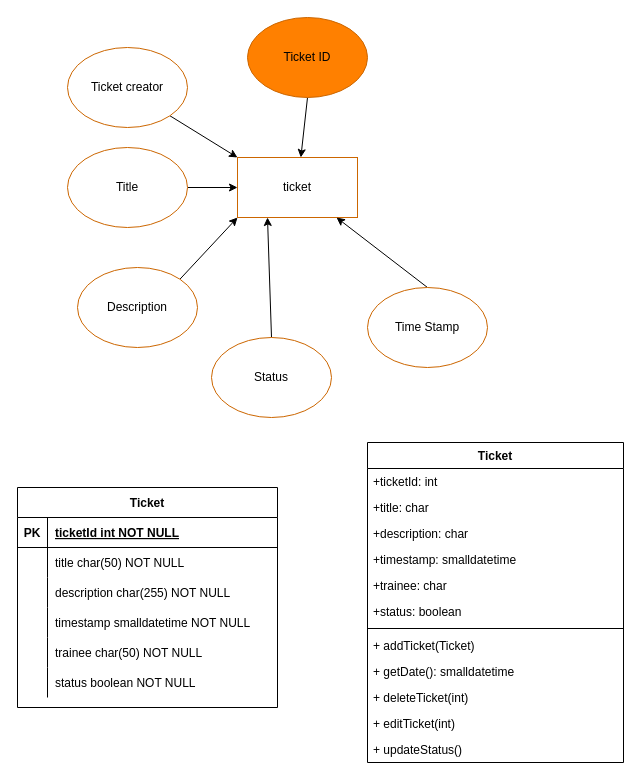
Before: page "ERR_MVP" (4 of 4) of Final_project.drawio in jake4327/Final_Project, a draw.io diagram. Source tidied: cells renumbered, new cells numbered last; positions are measured from the earlier drawing's top-left corner, leaving out a move shared by most shapes. Both pictures are drawn from the tidied source at 100%, with x=0, y=0 at pixel (17, 17).
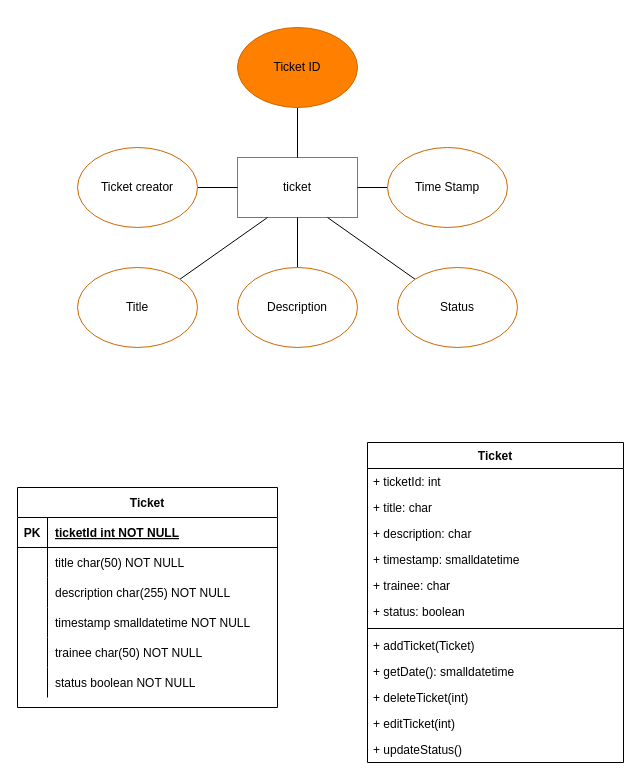
After the change.

Unchanged cells that the change refers to:
```xml
<mxCell id="2" value="ticket" style="rounded=0;whiteSpace=wrap;html=1;strokeColor=#CC6600;shadow=0;" parent="1" vertex="1">
  <mxGeometry x="220" y="140" width="120" height="60" as="geometry" />
</mxCell>
<mxCell id="34" value="Ticket" style="swimlane;fontStyle=1;align=center;verticalAlign=top;horizontal=1;startSize=26;" parent="1" vertex="1">
  <mxGeometry x="350" y="425" width="256" height="320" as="geometry" />
</mxCell>
```

What changed in the source:
```diff
@@
-    <mxCell id="3" style="edgeStyle=none;rounded=0;jettySize=auto;html=1;exitX=1;exitY=0.5;exitDx=0;exitDy=0;" parent="1" edge="1" source="4" target="2">
+    <mxCell id="3" style="edgeStyle=none;rounded=0;jettySize=auto;html=1;exitX=1;exitY=0;exitDx=0;exitDy=0;entryX=0.25;entryY=1;entryDx=0;entryDy=0;endArrow=none;endFill=0;" parent="1" edge="1" source="4" target="2">
       <mxGeometry relative="1" as="geometry" />
     </mxCell>
     <mxCell id="4" value="Title" style="ellipse;whiteSpace=wrap;html=1;shadow=0;strokeColor=#CC6600;" parent="1" vertex="1">
-      <mxGeometry x="50" y="130" width="120" height="80" as="geometry" />
+      <mxGeometry x="60" y="250" width="120" height="80" as="geometry" />
     </mxCell>
-    <mxCell id="5" style="edgeStyle=none;rounded=0;jettySize=auto;html=1;exitX=1;exitY=0;exitDx=0;exitDy=0;entryX=0;entryY=1;entryDx=0;entryDy=0;" parent="1" edge="1" source="6" target="2">
+    <mxCell id="5" style="edgeStyle=orthogonalEdgeStyle;rounded=0;jettySize=auto;html=1;entryX=0.5;entryY=1;entryDx=0;entryDy=0;endArrow=none;endFill=0;" parent="1" edge="1" source="6" target="2">
       <mxGeometry relative="1" as="geometry" />
     </mxCell>
     <mxCell id="6" value="Description" style="ellipse;whiteSpace=wrap;html=1;shadow=0;strokeColor=#CC6600;" parent="1" vertex="1">
-      <mxGeometry x="60" y="250" width="120" height="80" as="geometry" />
+      <mxGeometry x="220" y="250" width="120" height="80" as="geometry" />
     </mxCell>
-    <mxCell id="7" style="edgeStyle=none;rounded=0;jettySize=auto;html=1;exitX=0.5;exitY=0;exitDx=0;exitDy=0;" parent="1" edge="1" source="8" target="2">
+    <mxCell id="7" style="edgeStyle=none;rounded=0;jettySize=auto;html=1;exitX=0;exitY=0.5;exitDx=0;exitDy=0;endArrow=none;endFill=0;" parent="1" edge="1" source="8" target="2">
       <mxGeometry relative="1" as="geometry" />
     </mxCell>
     <mxCell id="8" value="Time Stamp" style="ellipse;whiteSpace=wrap;html=1;shadow=0;strokeColor=#CC6600;" parent="1" vertex="1">
-      <mxGeometry x="350" y="270" width="120" height="80" as="geometry" />
+      <mxGeometry x="370" y="130" width="120" height="80" as="geometry" />
     </mxCell>
-    <mxCell id="9" style="edgeStyle=none;rounded=0;jettySize=auto;html=1;exitX=0.5;exitY=1;exitDx=0;exitDy=0;" parent="1" edge="1" source="10" target="2">
+    <mxCell id="9" style="edgeStyle=none;rounded=0;jettySize=auto;html=1;exitX=0.5;exitY=1;exitDx=0;exitDy=0;endArrow=none;endFill=0;" parent="1" edge="1" source="10" target="2">
       <mxGeometry relative="1" as="geometry" />
     </mxCell>
     <mxCell id="10" value="Ticket ID" style="ellipse;whiteSpace=wrap;html=1;shadow=0;strokeColor=#CC6600;fillColor=#FF8000;" parent="1" vertex="1">
-      <mxGeometry x="230" width="120" height="80" as="geometry" />
+      <mxGeometry x="220" y="10" width="120" height="80" as="geometry" />
     </mxCell>
-    <mxCell id="11" style="edgeStyle=none;rounded=0;jettySize=auto;html=1;exitX=0.5;exitY=0;exitDx=0;exitDy=0;entryX=0.25;entryY=1;entryDx=0;entryDy=0;" parent="1" edge="1" source="12" target="2">
+    <mxCell id="11" style="rounded=0;jettySize=auto;html=1;exitX=0;exitY=0;exitDx=0;exitDy=0;entryX=0.75;entryY=1;entryDx=0;entryDy=0;endArrow=none;endFill=0;" parent="1" edge="1" source="12" target="2">
       <mxGeometry relative="1" as="geometry" />
     </mxCell>
     <mxCell id="12" value="Status" style="ellipse;whiteSpace=wrap;html=1;shadow=0;strokeColor=#CC6600;fillColor=#FFFFFF;" parent="1" vertex="1">
-      <mxGeometry x="194" y="320" width="120" height="80" as="geometry" />
+      <mxGeometry x="380" y="250" width="120" height="80" as="geometry" />
     </mxCell>
-    <mxCell id="13" style="edgeStyle=none;rounded=0;jettySize=auto;html=1;exitX=1;exitY=1;exitDx=0;exitDy=0;entryX=0;entryY=0;entryDx=0;entryDy=0;" parent="1" edge="1" source="14" target="2">
+    <mxCell id="13" style="edgeStyle=none;rounded=0;jettySize=auto;html=1;exitX=1;exitY=0.5;exitDx=0;exitDy=0;entryX=0;entryY=0.5;entryDx=0;entryDy=0;endArrow=none;endFill=0;" parent="1" edge="1" source="14" target="2">
       <mxGeometry relative="1" as="geometry" />
     </mxCell>
     <mxCell id="14" value="Ticket creator" style="ellipse;whiteSpace=wrap;html=1;shadow=0;strokeColor=#CC6600;fillColor=#FFFFFF;" parent="1" vertex="1">
-      <mxGeometry x="50" y="30" width="120" height="80" as="geometry" />
+      <mxGeometry x="60" y="130" width="120" height="80" as="geometry" />
     </mxCell>
@@
-    <mxCell id="35" value="+ticketId: int" style="text;strokeColor=none;fillColor=none;align=left;verticalAlign=top;spacingLeft=4;spacingRight=4;overflow=hidden;" parent="34" vertex="1">
+    <mxCell id="35" value="+ ticketId: int" style="text;strokeColor=none;fillColor=none;align=left;verticalAlign=top;spacingLeft=4;spacingRight=4;overflow=hidden;" parent="34" vertex="1">
       <mxGeometry y="26" width="256" height="26" as="geometry" />
     </mxCell>
-    <mxCell id="36" value="+title: char" style="text;strokeColor=none;fillColor=none;align=left;verticalAlign=top;spacingLeft=4;spacingRight=4;overflow=hidden;" parent="34" vertex="1">
+    <mxCell id="36" value="+ title: char" style="text;strokeColor=none;fillColor=none;align=left;verticalAlign=top;spacingLeft=4;spacingRight=4;overflow=hidden;" parent="34" vertex="1">
       <mxGeometry y="52" width="256" height="26" as="geometry" />
     </mxCell>
-    <mxCell id="37" value="+description: char" style="text;strokeColor=none;fillColor=none;align=left;verticalAlign=top;spacingLeft=4;spacingRight=4;overflow=hidden;" parent="34" vertex="1">
+    <mxCell id="37" value="+ description: char" style="text;strokeColor=none;fillColor=none;align=left;verticalAlign=top;spacingLeft=4;spacingRight=4;overflow=hidden;" parent="34" vertex="1">
       <mxGeometry y="78" width="256" height="26" as="geometry" />
     </mxCell>
-    <mxCell id="38" value="+timestamp: smalldatetime" style="text;strokeColor=none;fillColor=none;align=left;verticalAlign=top;spacingLeft=4;spacingRight=4;overflow=hidden;" parent="34" vertex="1">
+    <mxCell id="38" value="+ timestamp: smalldatetime" style="text;strokeColor=none;fillColor=none;align=left;verticalAlign=top;spacingLeft=4;spacingRight=4;overflow=hidden;" parent="34" vertex="1">
       <mxGeometry y="104" width="256" height="26" as="geometry" />
     </mxCell>
-    <mxCell id="39" value="+trainee: char" style="text;strokeColor=none;fillColor=none;align=left;verticalAlign=top;spacingLeft=4;spacingRight=4;overflow=hidden;" parent="34" vertex="1">
+    <mxCell id="39" value="+ trainee: char" style="text;strokeColor=none;fillColor=none;align=left;verticalAlign=top;spacingLeft=4;spacingRight=4;overflow=hidden;" parent="34" vertex="1">
       <mxGeometry y="130" width="256" height="26" as="geometry" />
     </mxCell>
-    <mxCell id="40" value="+status: boolean" style="text;strokeColor=none;fillColor=none;align=left;verticalAlign=top;spacingLeft=4;spacingRight=4;overflow=hidden;" parent="34" vertex="1">
+    <mxCell id="40" value="+ status: boolean" style="text;strokeColor=none;fillColor=none;align=left;verticalAlign=top;spacingLeft=4;spacingRight=4;overflow=hidden;" parent="34" vertex="1">
       <mxGeometry y="156" width="256" height="26" as="geometry" />
     </mxCell>
```
